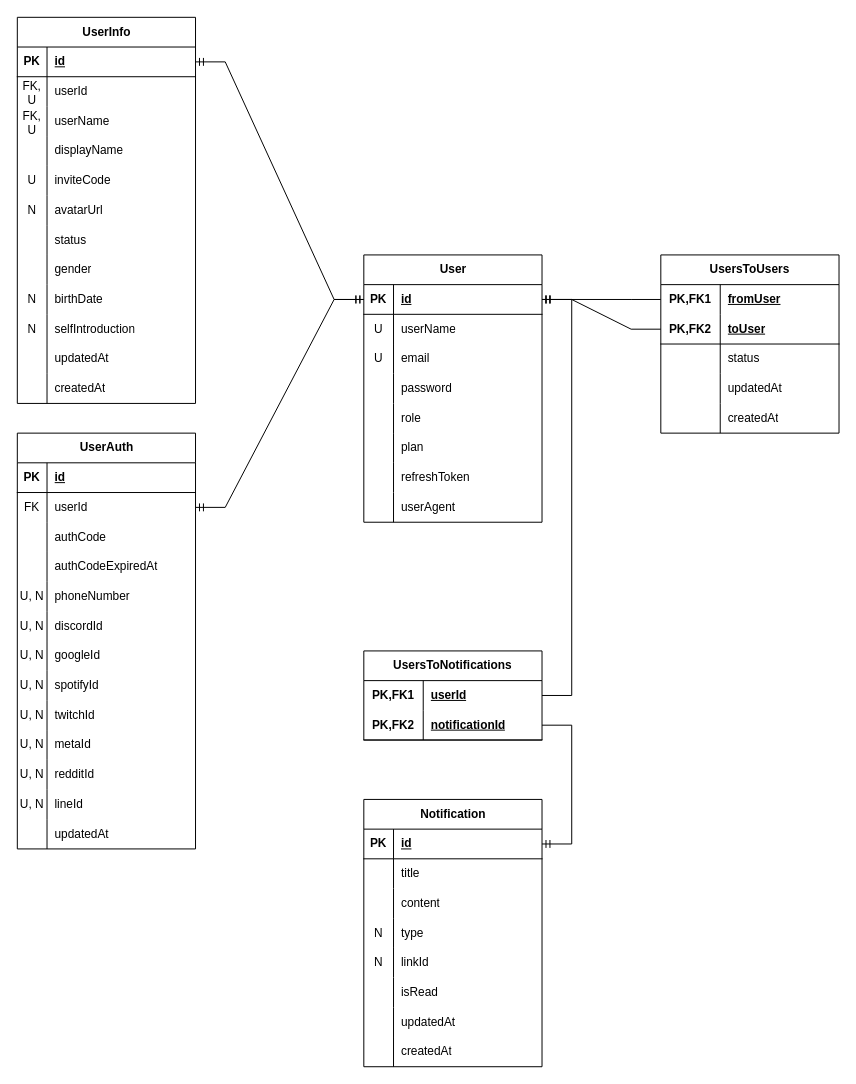
HiIamJeff67/discord-robot keeps this draw.io diagram as docs/database_schema_v1.drawio. Above is the earlier version. Source tidied: cells renumbered, new cells numbered last; positions are measured from the earlier drawing's top-left corner, leaving out a move shared by most shapes. Both pictures are drawn from the tidied source at 99%, with x=0, y=0 at pixel (17, 17).
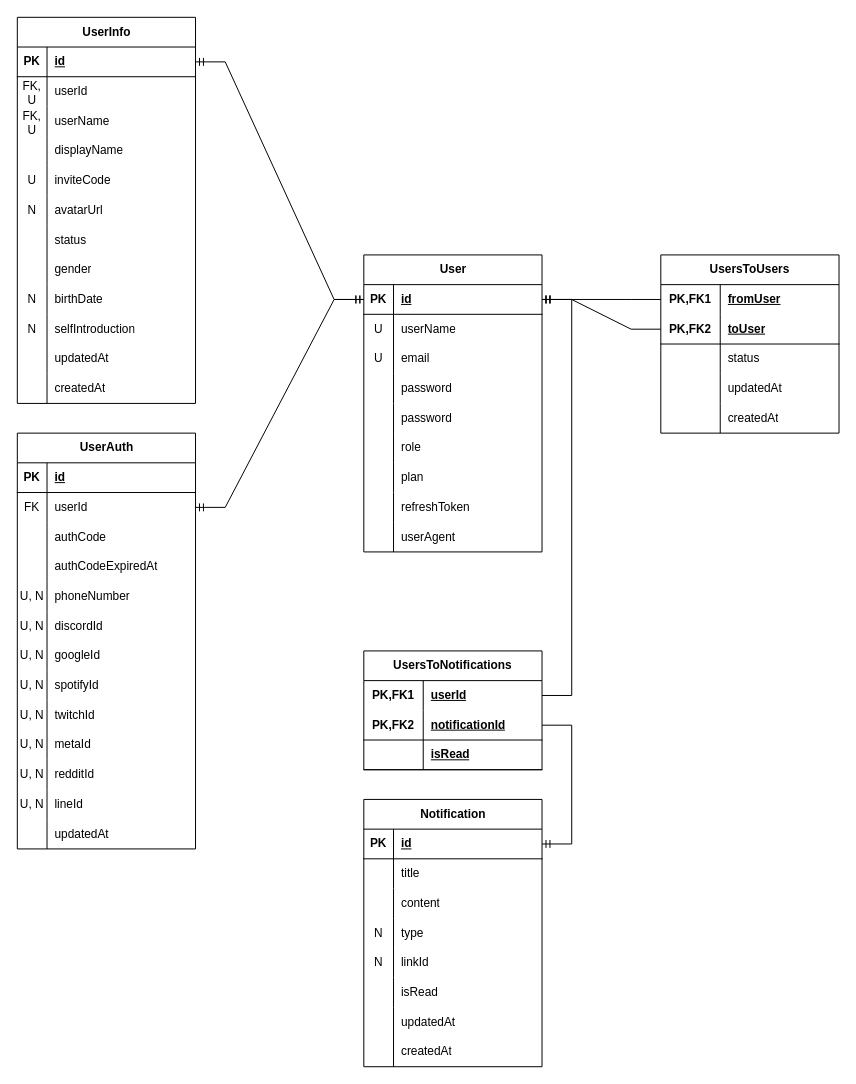
The same page after the edit.

Change to the diagram source:
```diff
@@
     <mxCell id="2" value="User" style="shape=table;startSize=30;childLayout=tableLayout;rowLines=0;fontStyle=1;align=center;html=1;" parent="1" vertex="1">
-      <mxGeometry x="350" y="240" width="180" height="270" as="geometry" />
+      <mxGeometry x="350" y="240" width="180" height="300" as="geometry" />
     </mxCell>
@@
+    <mxCell id="158" style="shape=tableRow;horizontal=0;startSize=0;swimlaneHead=0;swimlaneBody=0;fillColor=none;top=0;left=0;right=0;bottom=0;" parent="2" vertex="1">
+      <mxGeometry y="150" width="180" height="30" as="geometry" />
+    </mxCell>
+    <mxCell id="159" style="shape=partialRectangle;fillColor=none;top=0;left=0;bottom=0;right=0;overflow=hidden;whiteSpace=wrap;html=1;" parent="158" vertex="1">
+      <mxGeometry width="30" height="30" as="geometry" />
+    </mxCell>
+    <mxCell id="160" value="password" style="shape=partialRectangle;fillColor=none;top=0;left=0;bottom=0;right=0;align=left;spacingLeft=6;overflow=hidden;whiteSpace=wrap;html=1;" parent="158" vertex="1">
+      <mxGeometry x="30" width="150" height="30" as="geometry" />
+    </mxCell>
     <mxCell id="15" style="shape=tableRow;horizontal=0;startSize=0;swimlaneHead=0;swimlaneBody=0;fillColor=none;top=0;left=0;right=0;bottom=0;" parent="2" vertex="1">
-      <mxGeometry y="150" width="180" height="30" as="geometry" />
+      <mxGeometry y="180" width="180" height="30" as="geometry" />
     </mxCell>
@@
     <mxCell id="18" style="shape=tableRow;horizontal=0;startSize=0;swimlaneHead=0;swimlaneBody=0;fillColor=none;top=0;left=0;right=0;bottom=0;" parent="2" vertex="1">
-      <mxGeometry y="180" width="180" height="30" as="geometry" />
+      <mxGeometry y="210" width="180" height="30" as="geometry" />
     </mxCell>
@@
     <mxCell id="21" style="shape=tableRow;horizontal=0;startSize=0;swimlaneHead=0;swimlaneBody=0;fillColor=none;top=0;left=0;right=0;bottom=0;" parent="2" vertex="1">
-      <mxGeometry y="210" width="180" height="30" as="geometry" />
+      <mxGeometry y="240" width="180" height="30" as="geometry" />
     </mxCell>
@@
     <mxCell id="24" style="shape=tableRow;horizontal=0;startSize=0;swimlaneHead=0;swimlaneBody=0;fillColor=none;top=0;left=0;right=0;bottom=0;" parent="2" vertex="1">
-      <mxGeometry y="240" width="180" height="30" as="geometry" />
+      <mxGeometry y="270" width="180" height="30" as="geometry" />
     </mxCell>
@@
     <mxCell id="129" value="UsersToNotifications" style="shape=table;startSize=30;childLayout=tableLayout;rowLines=0;fontStyle=1;align=center;html=1;whiteSpace=wrap;" parent="1" vertex="1">
-      <mxGeometry x="350" y="640" width="180" height="90" as="geometry" />
+      <mxGeometry x="350" y="640" width="180" height="120" as="geometry" />
     </mxCell>
@@
+    <mxCell id="161" style="shape=tableRow;horizontal=0;startSize=0;swimlaneHead=0;swimlaneBody=0;fillColor=none;top=0;left=0;right=0;bottom=1;html=1;" parent="129" vertex="1">
+      <mxGeometry y="90" width="180" height="30" as="geometry" />
+    </mxCell>
+    <mxCell id="162" style="shape=partialRectangle;fillColor=none;top=0;left=0;bottom=0;right=0;fontStyle=1;overflow=hidden;html=1;whiteSpace=wrap;" parent="161" vertex="1">
+      <mxGeometry width="60" height="30" as="geometry" />
+    </mxCell>
+    <mxCell id="163" value="isRead" style="shape=partialRectangle;fillColor=none;top=0;left=0;bottom=0;right=0;align=left;spacingLeft=6;fontStyle=5;overflow=hidden;html=1;whiteSpace=wrap;" parent="161" vertex="1">
+      <mxGeometry x="60" width="120" height="30" as="geometry" />
+    </mxCell>
```
